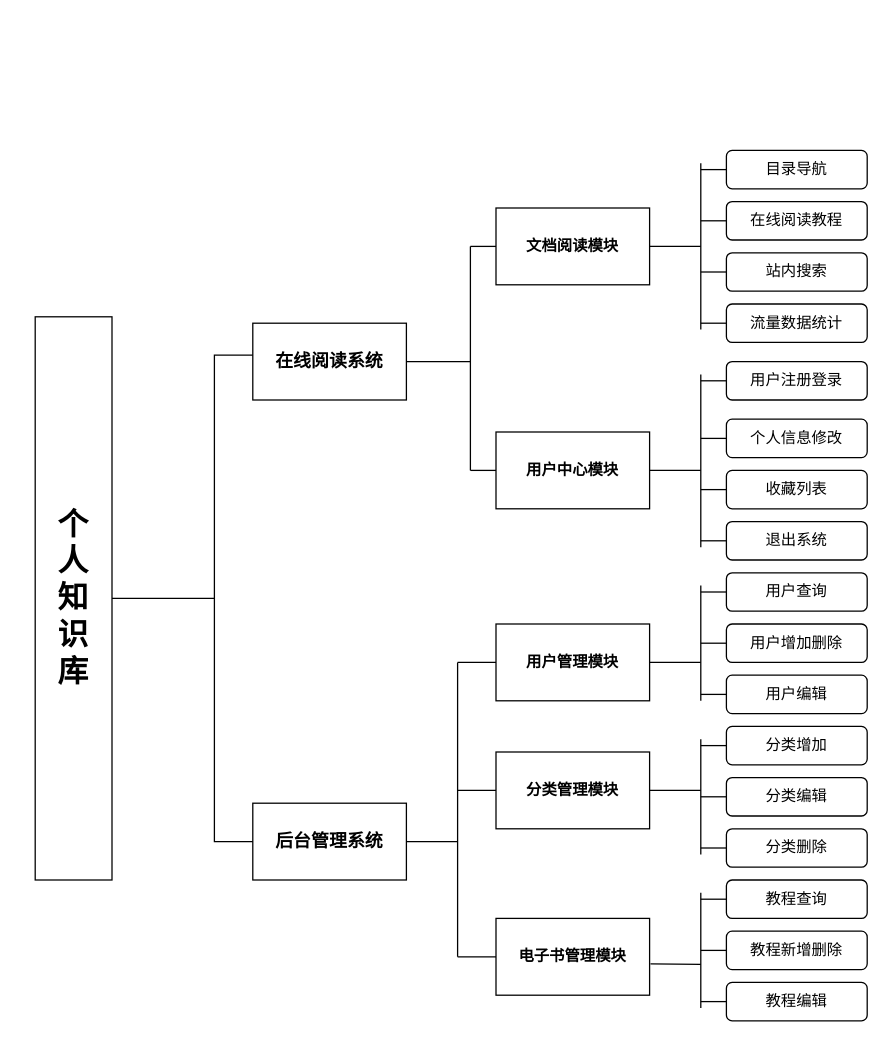
Before: 未命名绘图.drawio in EM-FF/text, a draw.io diagram. Source tidied: cells renumbered, new cells numbered last; positions are measured from the earlier drawing's top-left corner, leaving out a move shared by most shapes. Both pictures are drawn from the tidied source at 128%, with x=0, y=0 at pixel (35, 150).
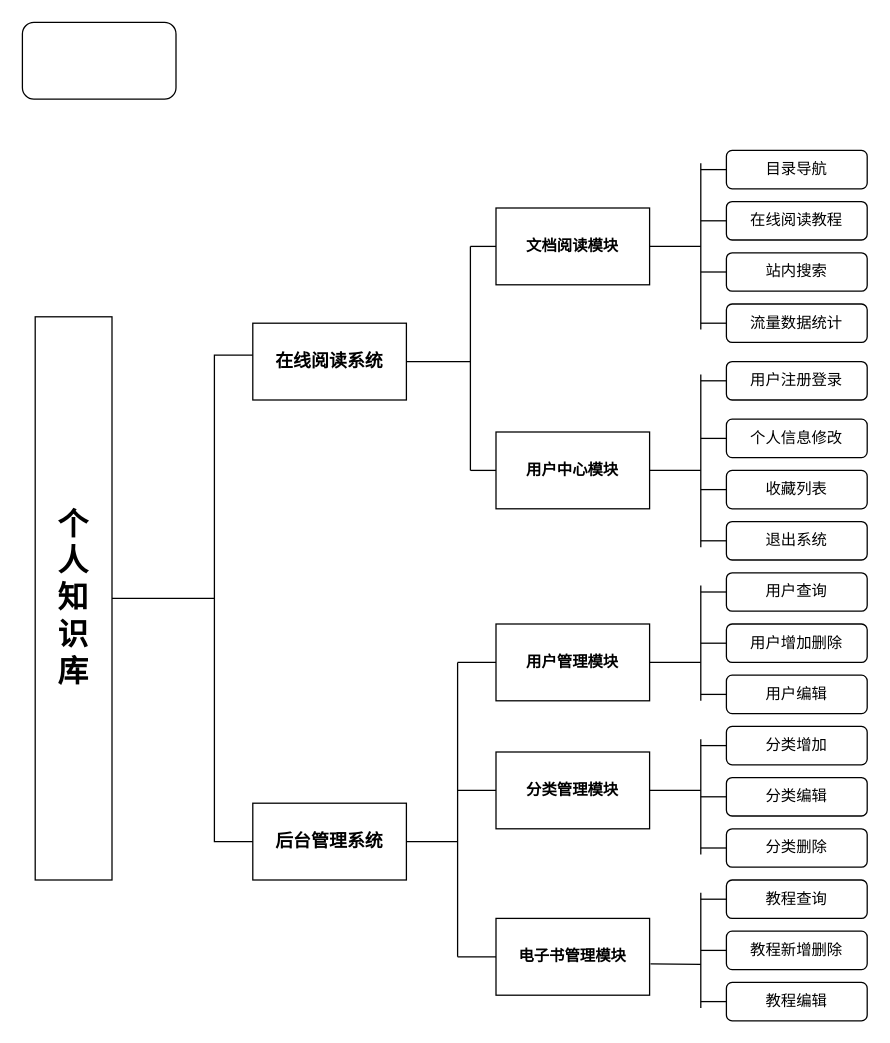
The same page after the edit.

Commit message:
业务流程图.drawio

What changed in the source:
```diff
@@
+    <mxCell id="65" style="rounded=1;whiteSpace=wrap;html=1;strokeColor=default;fontFamily=Helvetica;fontSize=12;fontColor=default;fillColor=default;" parent="1" vertex="1">
+      <mxGeometry x="-10" y="-100" width="120" height="60" as="geometry" />
+    </mxCell>
```
